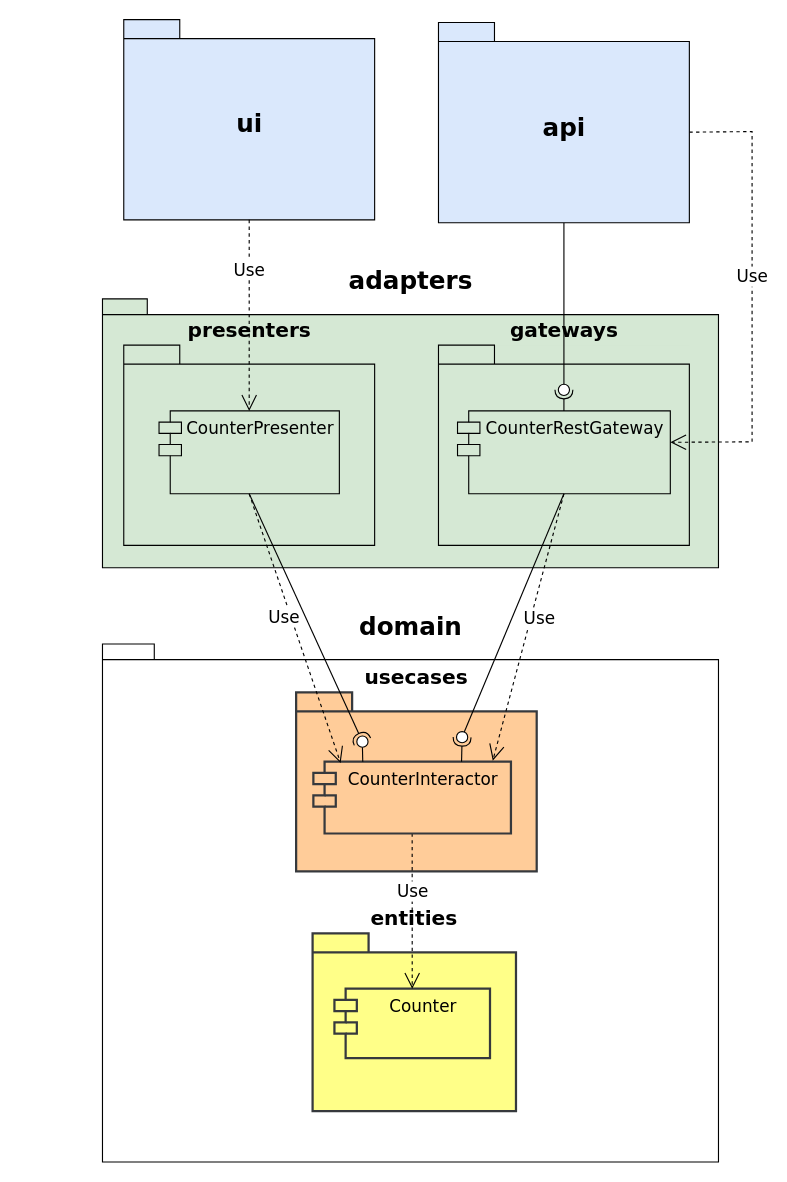
Above: app/diagrams/packages-details.uml.drawio in softspiders/clean-architecture-counter-starters (draw.io), before the change. Source tidied: cells renumbered, new cells numbered last; positions are measured from the earlier drawing's top-left corner, leaving out a move shared by most shapes. Both pictures are drawn from the tidied source at 112%, with x=0, y=0 at pixel (102, 19).
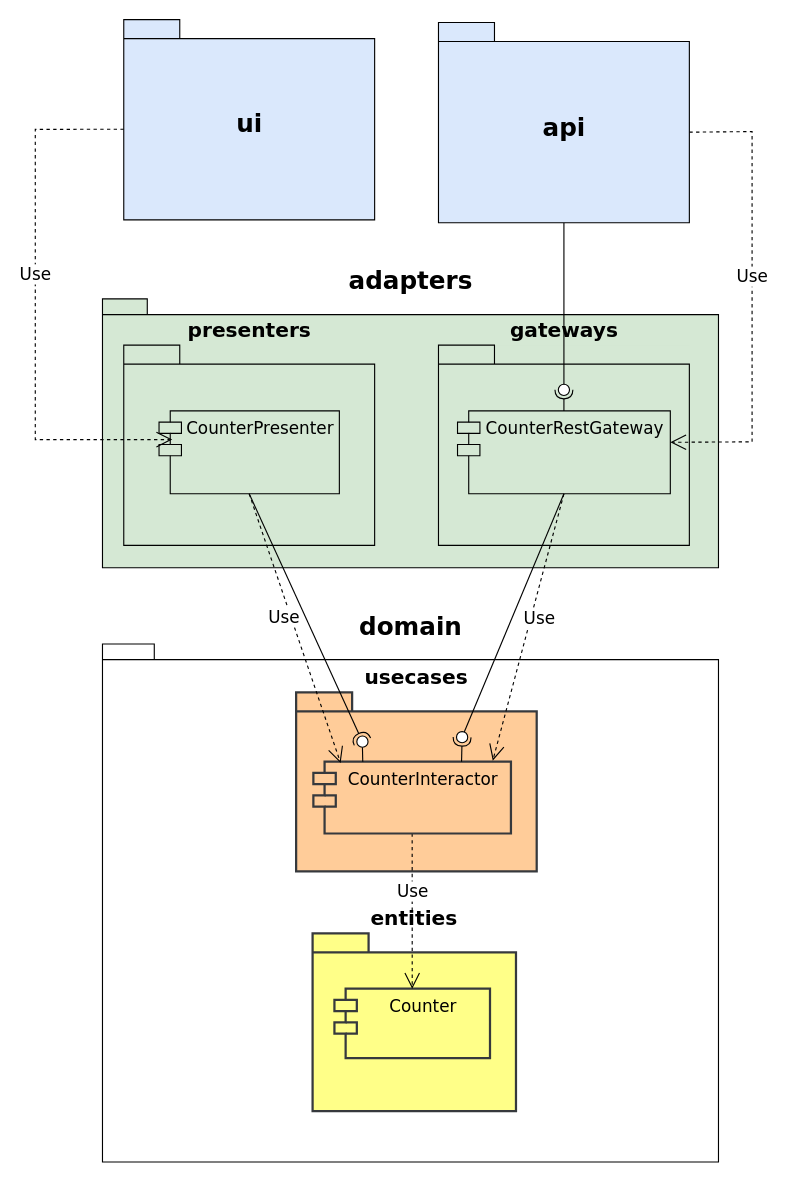
Above is the later version.

The change refers to these unchanged cells:
```xml
<mxCell id="21" value="CounterPresenter" style="shape=module;align=left;spacingLeft=20;align=center;verticalAlign=top;fontFamily=Verdana;fontSize=15;fillColor=#d5e8d4;strokeColor=#000000;" parent="1" vertex="1">
  <mxGeometry x="50.5" y="349.4" width="161" height="74" as="geometry" />
</mxCell>
<mxCell id="22" value="&lt;font style=&quot;font-size: 22px&quot;&gt;ui&lt;/font&gt;" style="shape=folder;fontStyle=1;spacingTop=10;tabWidth=50;tabHeight=17;tabPosition=left;html=1;rounded=0;shadow=0;comic=0;labelBackgroundColor=none;strokeWidth=1;fontFamily=Verdana;fontSize=18;align=center;labelPosition=center;verticalLabelPosition=middle;verticalAlign=middle;fillColor=#dae8fc;strokeColor=#000000;" parent="1" vertex="1">
  <mxGeometry x="19" width="224" height="178.8" as="geometry" />
</mxCell>
```

Change to the diagram source:
```diff
@@
-    <mxCell id="23" value="Use" style="endArrow=open;endSize=12;dashed=1;html=1;fontFamily=Verdana;fontSize=15;entryX=0.5;entryY=0;entryDx=0;entryDy=0;exitX=0.5;exitY=1;exitDx=0;exitDy=0;exitPerimeter=0;" parent="1" edge="1" source="22" target="21">
-      <mxGeometry x="-0.49" relative="1" as="geometry" />
+    <mxCell id="23" value="Use" style="endArrow=open;endSize=12;dashed=1;html=1;fontFamily=Verdana;fontSize=15;entryX=0.073;entryY=0.346;entryDx=0;entryDy=0;exitX=0;exitY=0;exitDx=0;exitDy=97.91;exitPerimeter=0;entryPerimeter=0;rounded=0;" parent="1" edge="1" source="22" target="21">
+      <mxGeometry x="-0.13" relative="1" as="geometry">
+        <Array as="points">
+          <mxPoint x="-60" y="98" />
+          <mxPoint x="-60" y="375" />
+        </Array>
+      </mxGeometry>
     </mxCell>
```
